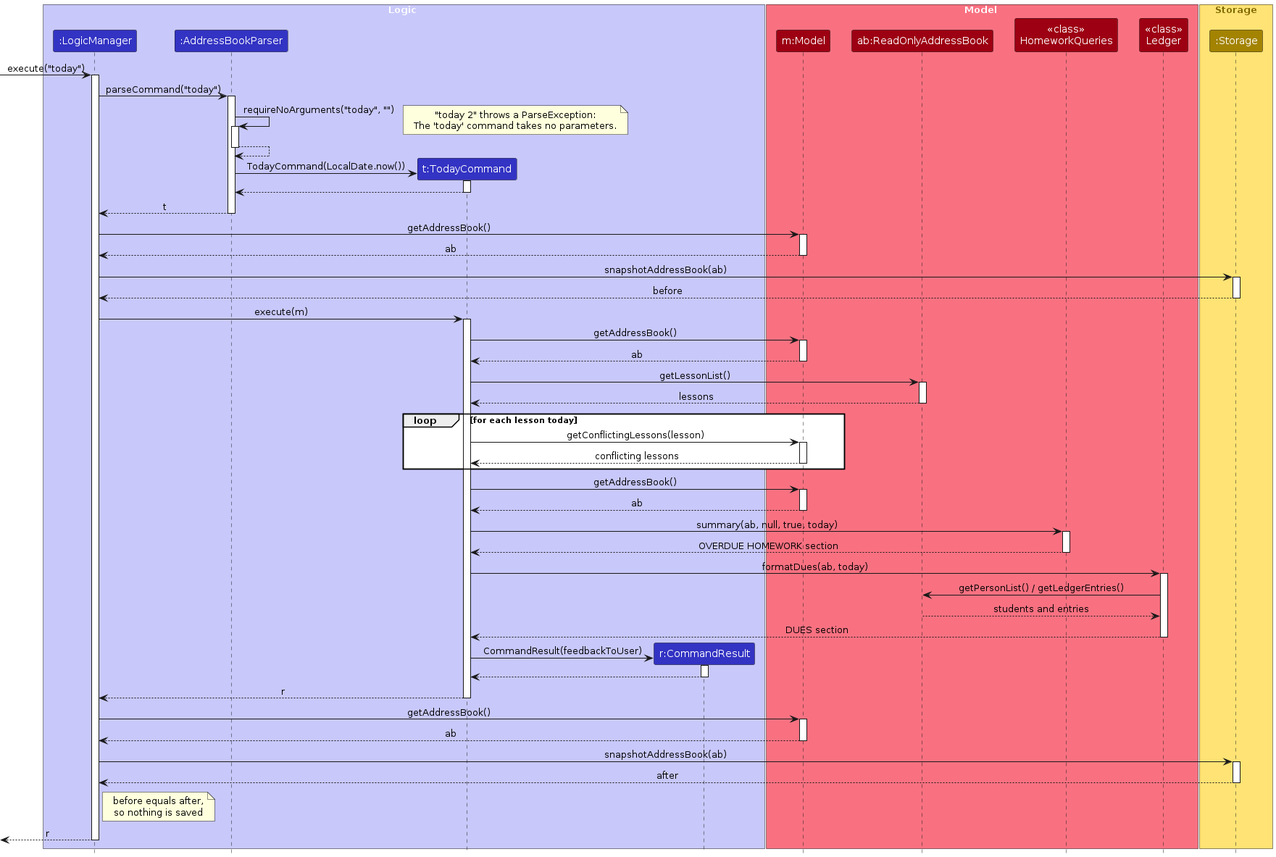
The PlantUML diagram diagrams/TodaySequenceDiagram.png in AY2627S1-CS2103T-F15-1/tp, before a commit. Its source is kept beside it as diagrams/TodaySequenceDiagram.puml.
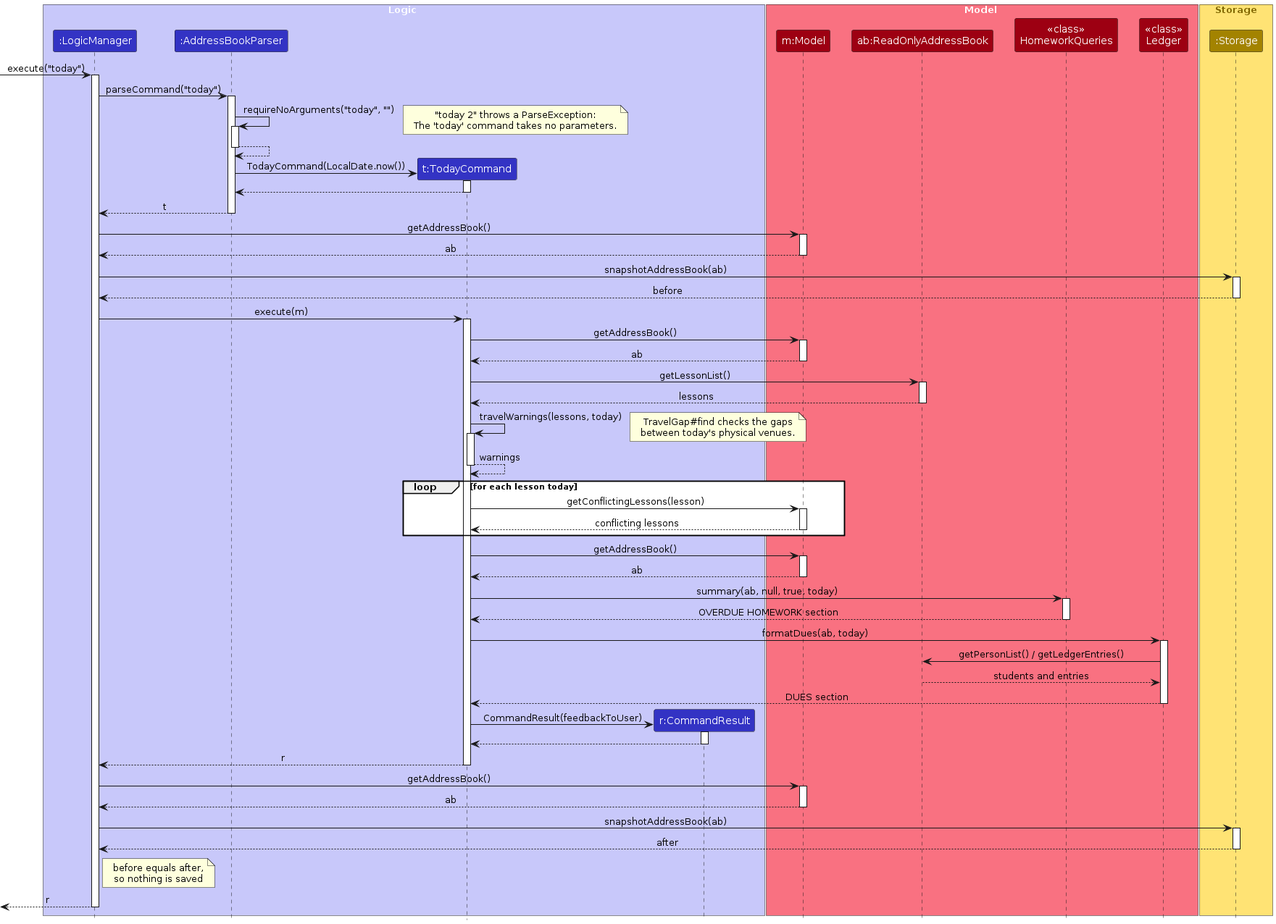
After the commit.

Change to the diagram source:
```diff
@@ -67,12 +67,22 @@
 ReadOnlyAddressBook --> TodayCommand : lessons
 deactivate ReadOnlyAddressBook
 
+TodayCommand -> TodayCommand : travelWarnings(lessons, today)
+activate TodayCommand
+note right
+  TravelGap#find checks the gaps
+  between today's physical venues.
+end note
+TodayCommand --> TodayCommand : warnings
+deactivate TodayCommand
+
 loop for each lesson today
-    TodayCommand -> Model : getConflictingLessons(lesson)
+TodayCommand -> Model : getConflictingLessons(lesson)
     activate Model
     Model --> TodayCommand : conflicting lessons
     deactivate Model
 end
+
 
 TodayCommand -> Model : getAddressBook()
 activate Model
```
